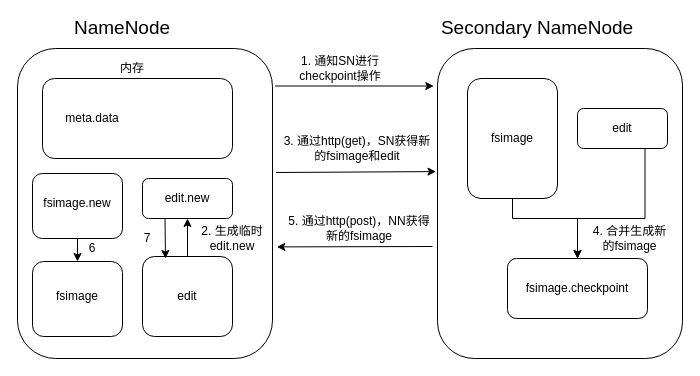
airyv/Image-Hosting keeps this draw.io diagram as drawio/Fsimage与Editlog合并过程.drawio. Above is the earlier version. Source tidied: cells renumbered, new cells numbered last; positions are measured from the earlier drawing's top-left corner, leaving out a move shared by most shapes. Both pictures are drawn from the tidied source at 100%, with x=0, y=0 at pixel (17, 18).
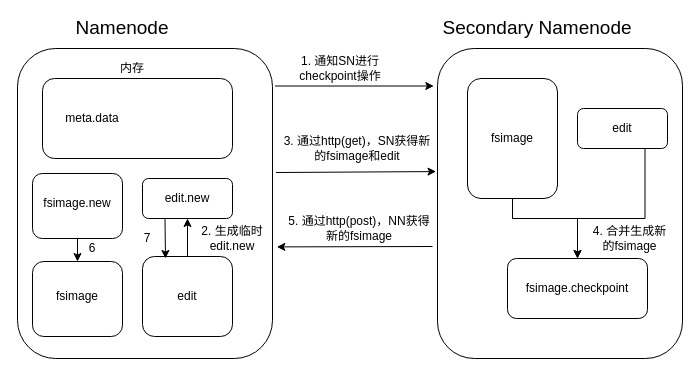
After the change.

Commit message (it also covers changes not shown here):
Update Fsimage与Editlog合并过程.drawio

The edit, as a diff of the source:
```diff
@@
-    <mxCell id="3" value="&lt;font style=&quot;font-size: 19px&quot;&gt;NameNode&lt;/font&gt;" style="text;html=1;strokeColor=none;fillColor=none;align=center;verticalAlign=middle;whiteSpace=wrap;rounded=0;" parent="1" vertex="1">
+    <mxCell id="3" value="&lt;font style=&quot;font-size: 19px&quot;&gt;Namenode&lt;/font&gt;" style="text;html=1;strokeColor=none;fillColor=none;align=center;verticalAlign=middle;whiteSpace=wrap;rounded=0;" parent="1" vertex="1">
       <mxGeometry x="85" width="40" height="20" as="geometry" />
     </mxCell>
-    <mxCell id="4" value="&lt;font style=&quot;font-size: 19px&quot;&gt;Secondary NameNode&lt;/font&gt;" style="text;html=1;strokeColor=none;fillColor=none;align=center;verticalAlign=middle;whiteSpace=wrap;rounded=0;" parent="1" vertex="1">
+    <mxCell id="4" value="&lt;font style=&quot;font-size: 19px&quot;&gt;Secondary Namenode&lt;/font&gt;" style="text;html=1;strokeColor=none;fillColor=none;align=center;verticalAlign=middle;whiteSpace=wrap;rounded=0;" parent="1" vertex="1">
       <mxGeometry x="395" width="250" height="20" as="geometry" />
     </mxCell>
```
